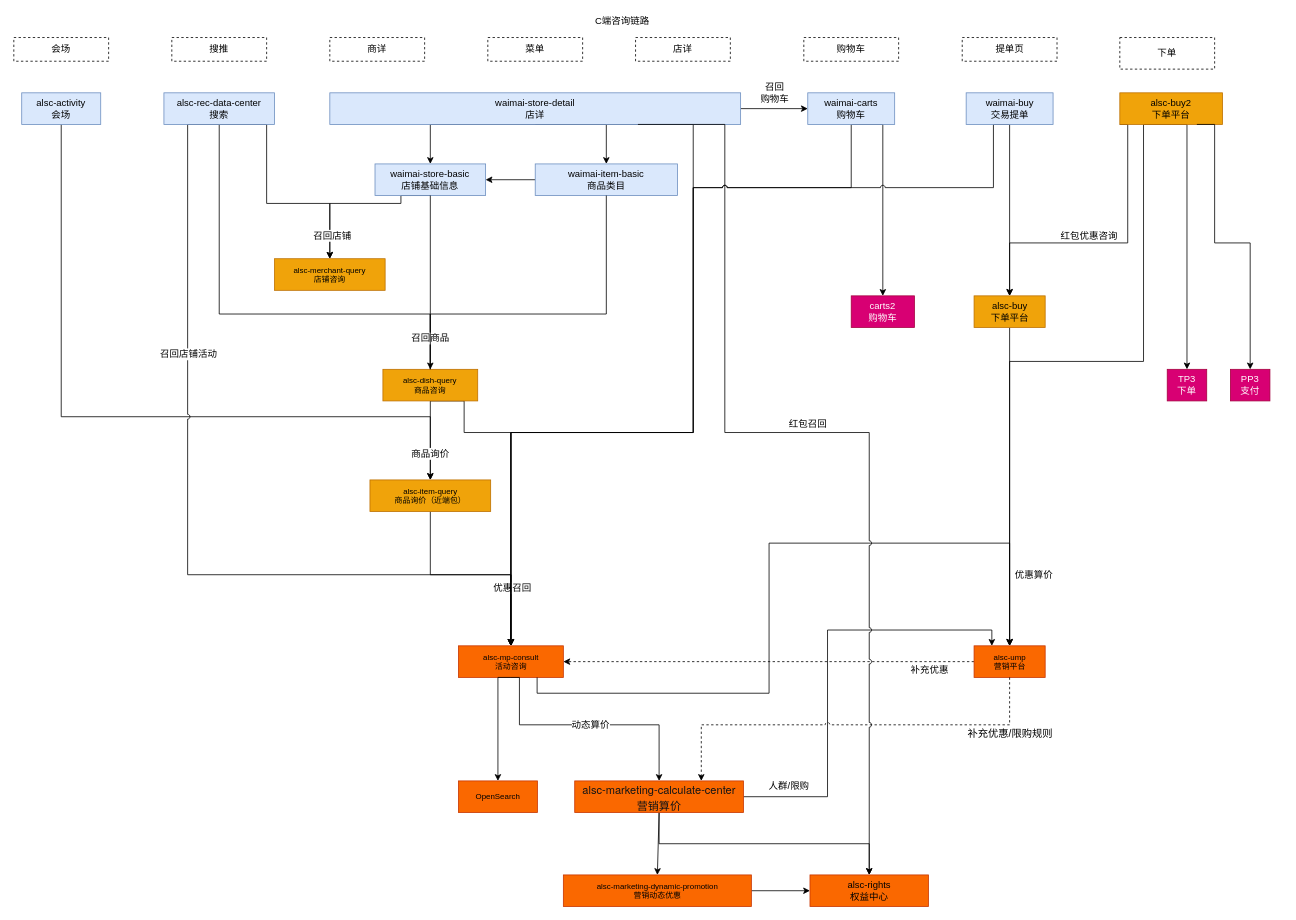
The draw.io diagram page "C端咨询链路" (2 of 4) of 营销业务梳理.drawio in jon-kong/draw.io, before the edit. Source tidied: cells renumbered, new cells numbered last; positions are measured from the earlier drawing's top-left corner, leaving out a move shared by most shapes. Both pictures are drawn from the tidied source at 79%, with x=0, y=0 at pixel (13, 13).
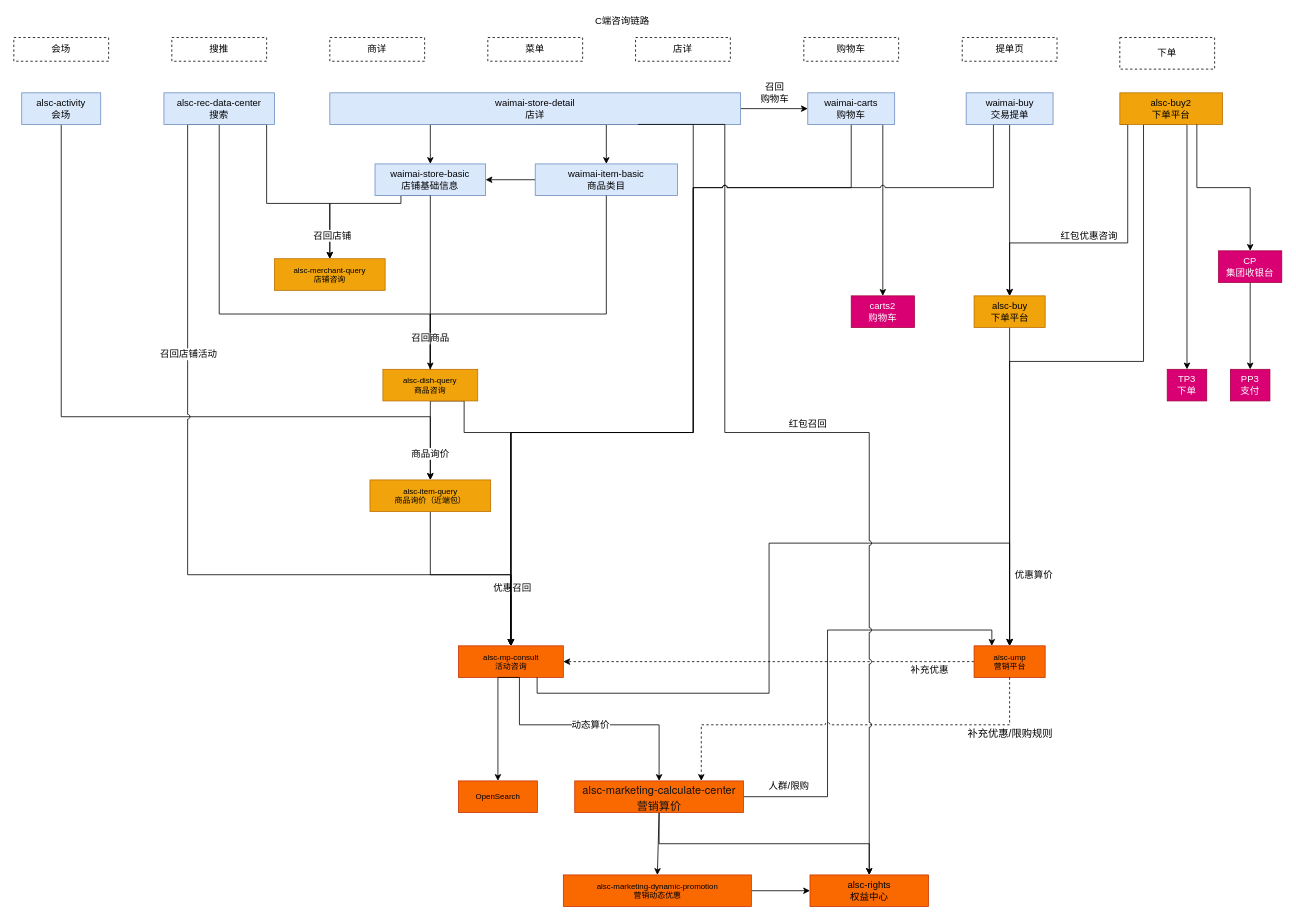
Above is the later version.

The change refers to these unchanged cells:
```xml
<mxCell id="56" value="alsc-buy2&lt;br style=&quot;font-size: 12px&quot;&gt;下单平台" style="rounded=0;fontSize=12;labelBackgroundColor=none;html=1;whiteSpace=wrap;fillColor=#f0a30a;fontColor=#000000;strokeColor=#BD7000;" parent="1" vertex="1">
  <mxGeometry x="1400" y="100" width="130" height="40" as="geometry" />
</mxCell>
<mxCell id="76" value="PP3&lt;br style=&quot;font-size: 12px&quot;&gt;支付" style="rounded=0;fontSize=12;labelBackgroundColor=none;html=1;whiteSpace=wrap;fillColor=#d80073;fontColor=#ffffff;strokeColor=#A50040;" parent="1" vertex="1">
  <mxGeometry x="1540" y="450" width="50" height="40" as="geometry" />
</mxCell>
```

Change to the diagram source:
```diff
@@
-    <mxCell id="77" style="rounded=0;jettySize=auto;html=1;fontSize=12;exitX=0.75;exitY=1;exitDx=0;exitDy=0;entryX=0.5;entryY=0;entryDx=0;entryDy=0;edgeStyle=orthogonalEdgeStyle;" parent="1" edge="1" source="56" target="76">
-      <mxGeometry relative="1" as="geometry">
-        <Array as="points">
-          <mxPoint x="1520" y="140" />
-          <mxPoint x="1520" y="290" />
-          <mxPoint x="1565" y="290" />
-        </Array>
-      </mxGeometry>
+    <mxCell id="77" style="rounded=0;jettySize=auto;html=1;fontSize=12;exitX=0.75;exitY=1;exitDx=0;exitDy=0;entryX=0.5;entryY=0;entryDx=0;entryDy=0;edgeStyle=orthogonalEdgeStyle;" parent="1" edge="1" source="56" target="79">
+      <mxGeometry relative="1" as="geometry" />
     </mxCell>
+    <mxCell id="78" style="edgeStyle=orthogonalEdgeStyle;rounded=0;sketch=0;jumpStyle=arc;jumpSize=6;jettySize=auto;html=1;exitX=0.5;exitY=1;exitDx=0;exitDy=0;entryX=0.5;entryY=0;entryDx=0;entryDy=0;shadow=0;fontSize=10;strokeColor=default;" parent="1" edge="1" source="79" target="76">
+      <mxGeometry relative="1" as="geometry" />
+    </mxCell>
+    <mxCell id="79" value="CP&lt;br&gt;集团收银台" style="rounded=0;fontSize=12;labelBackgroundColor=none;html=1;whiteSpace=wrap;fillColor=#d80073;fontColor=#ffffff;strokeColor=#A50040;" parent="1" vertex="1">
+      <mxGeometry x="1525" y="300" width="80" height="40" as="geometry" />
+    </mxCell>
```
